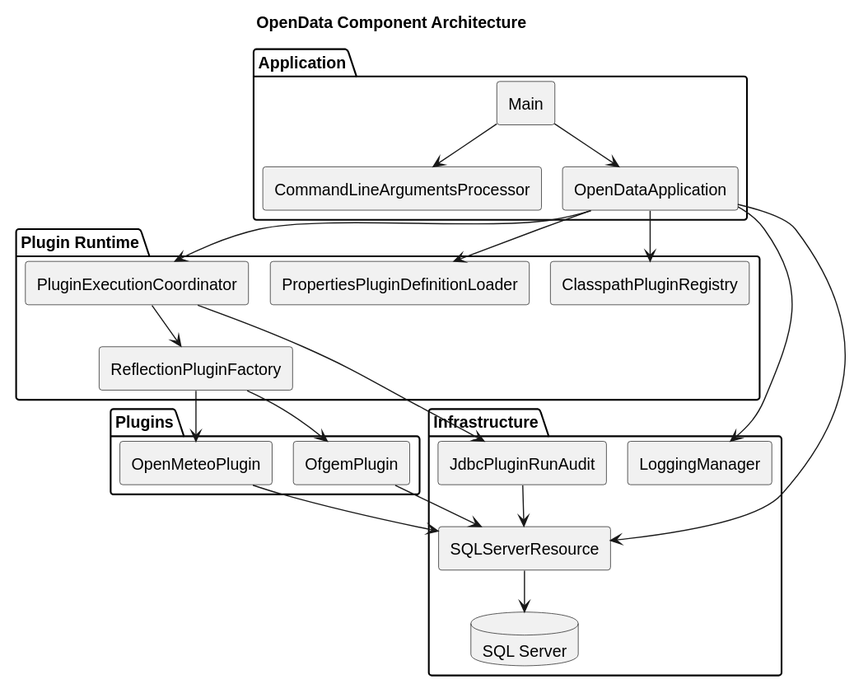
Above: docs/diagrams/generated/component-architecture.svg in TerryCurranZellis/OpenData (PlantUML), before the change. Its source is kept beside it as docs/diagrams/source/component-architecture.puml. The source it was exported from:
```plantuml
@startuml
!pragma layout smetana
title OpenData Component Architecture
skinparam componentStyle rectangle

package "Application" {
  [Main] as Main
  [CommandLineArgumentsProcessor] as CLI
  [OpenDataApplication] as AppService
}

package "Plugin Runtime" {
  [ClasspathPluginRegistry] as Registry
  [PropertiesPluginDefinitionLoader] as Definitions
  [ReflectionPluginFactory] as Factory
  [PluginExecutionCoordinator] as Coordinator
}

package "Plugins" {
  [OfgemPlugin] as Ofgem
  [OpenMeteoPlugin] as Meteo
}

package "Infrastructure" {
  [LoggingManager] as Logging
  [JdbcPluginRunAudit] as Audit
  [SQLServerResource] as Pool
  database "SQL Server" as Database
}

Main --> CLI
Main --> AppService
AppService --> Registry
AppService --> Definitions
AppService --> Coordinator
Coordinator --> Factory
Factory --> Ofgem
Factory --> Meteo
AppService --> Logging
Coordinator --> Audit
AppService --> Pool
Audit --> Pool
Ofgem --> Pool
Meteo --> Pool
Pool --> Database
@enduml
```
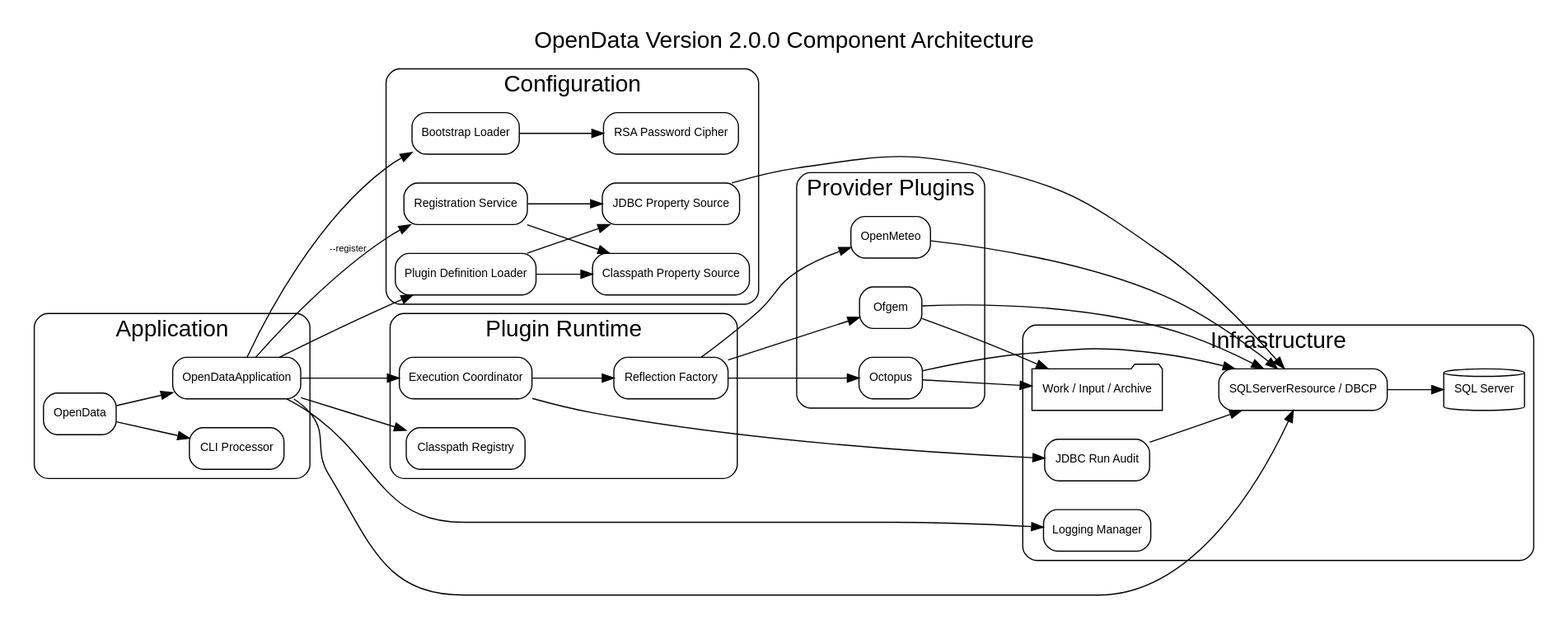
Later version of the same file.

The edit, as a diff of the source:
```diff
@@ -1,46 +1,68 @@
 @startuml
 !pragma layout smetana
-title OpenData Component Architecture
+title OpenData Version 2.0.0 Component Architecture
 skinparam componentStyle rectangle
 
 package "Application" {
-  [Main] as Main
+  [OpenData] as Entry
   [CommandLineArgumentsProcessor] as CLI
-  [OpenDataApplication] as AppService
+  [OpenDataApplication] as App
+}
+
+package "Configuration" {
+  [ApplicationBootstrapPropertiesLoader] as Bootstrap
+  [RsaConfigurationPasswordCipher] as Cipher
+  [ConfigurationRegistrationService] as Register
+  [ClasspathConfigurationPropertiesSource] as FileSource
+  [JdbcConfigurationPropertiesSource] as DbSource
+  [PropertiesPluginDefinitionLoader] as Definitions
 }
 
 package "Plugin Runtime" {
   [ClasspathPluginRegistry] as Registry
-  [PropertiesPluginDefinitionLoader] as Definitions
   [ReflectionPluginFactory] as Factory
   [PluginExecutionCoordinator] as Coordinator
 }
 
-package "Plugins" {
+package "Provider Plugins" {
   [OfgemPlugin] as Ofgem
   [OpenMeteoPlugin] as Meteo
+  [OctopusPlugin] as Octopus
 }
 
 package "Infrastructure" {
   [LoggingManager] as Logging
   [JdbcPluginRunAudit] as Audit
-  [SQLServerResource] as Pool
+  [SQLServerResource / DBCP] as Pool
   database "SQL Server" as Database
+  folder "Work / Input / Archive" as Files
 }
 
-Main --> CLI
-Main --> AppService
-AppService --> Registry
-AppService --> Definitions
-AppService --> Coordinator
+Entry --> CLI
+Entry --> App
+App --> Bootstrap
+Bootstrap --> Cipher
+App --> Register : --register
+Register --> FileSource
+Register --> DbSource
+App --> Registry
+App --> FileSource : file mode
+App --> DbSource : database mode
+App --> Definitions
+App --> Coordinator
 Coordinator --> Factory
 Factory --> Ofgem
 Factory --> Meteo
-AppService --> Logging
+Factory --> Octopus
+App --> Logging
 Coordinator --> Audit
-AppService --> Pool
+App --> Pool
+DbSource --> Pool
 Audit --> Pool
 Ofgem --> Pool
 Meteo --> Pool
+Octopus --> Pool
+Ofgem --> Files
+Octopus --> Files
 Pool --> Database
 @enduml
```
